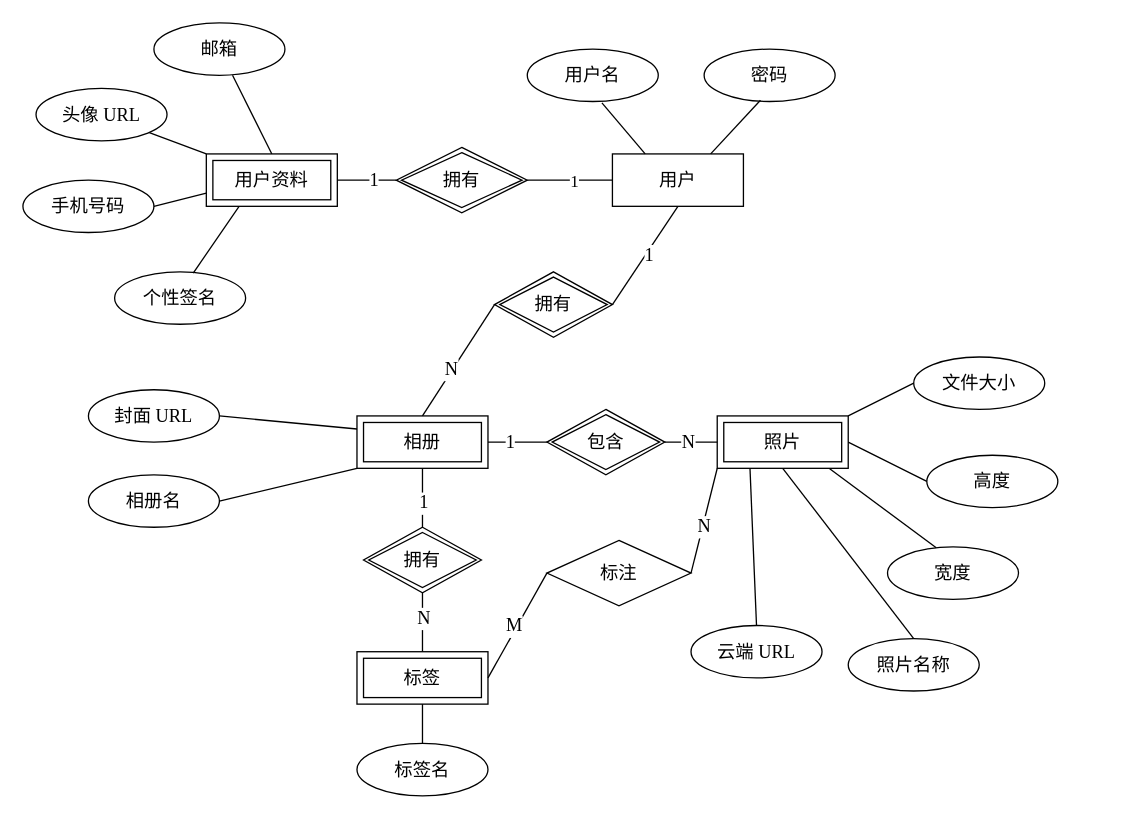
The draw.io diagram public/erd.drawio in 3fuyang/3fuyang.github.io, before the edit. Source tidied: cells renumbered, new cells numbered last; positions are measured from the earlier drawing's top-left corner, leaving out a move shared by most shapes. Both pictures are drawn from the tidied source at 131%, with x=0, y=0 at pixel (22, 22).
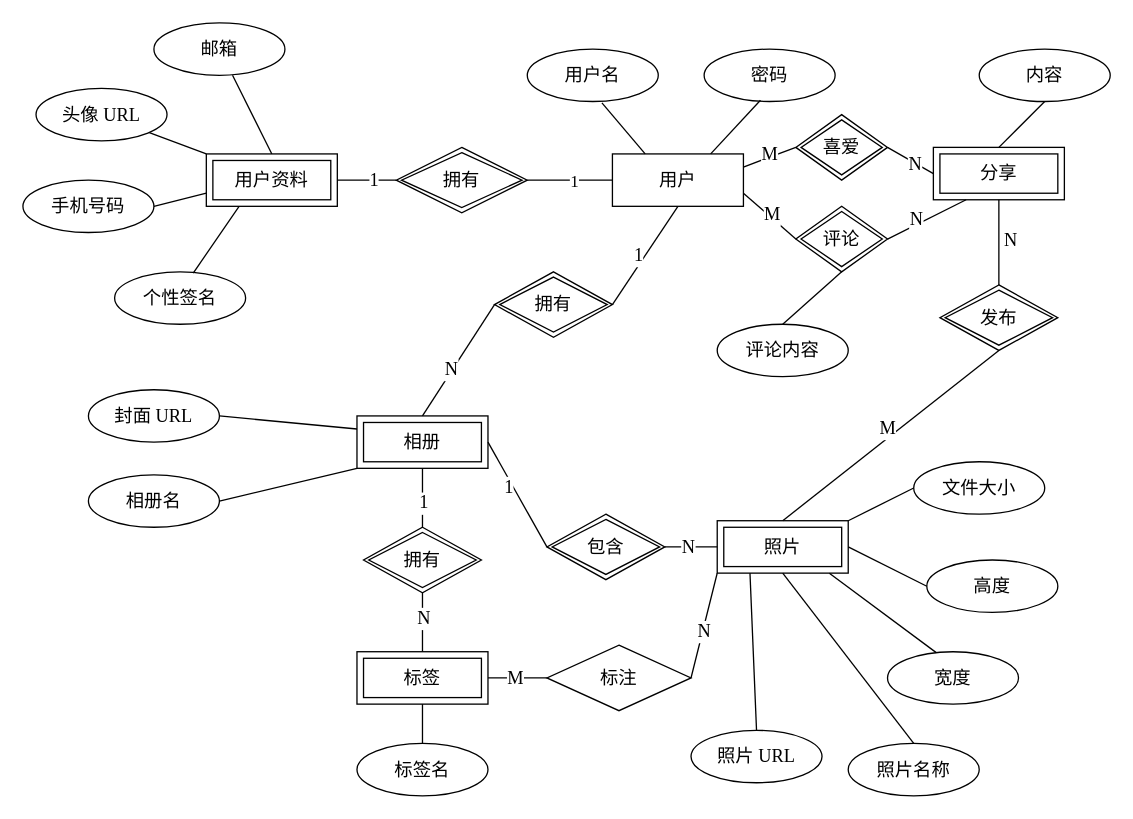
The same diagram, later.

The change refers to these unchanged cells:
```xml
<mxCell id="2" value="&lt;font face=&quot;宋体&quot;&gt;&lt;span style=&quot;font-size: 14px;&quot;&gt;用户&lt;/span&gt;&lt;/font&gt;" style="whiteSpace=wrap;html=1;align=center;" parent="1" vertex="1">
  <mxGeometry x="450" y="100" width="100" height="40" as="geometry" />
</mxCell>
<mxCell id="29" style="endArrow=none;html=1;rounded=0;entryX=0.5;entryY=1;entryDx=0;entryDy=0;exitX=1;exitY=0.5;exitDx=0;exitDy=0;" parent="1" edge="1" source="28" target="2">
  <mxGeometry relative="1" as="geometry" />
</mxCell>
<mxCell id="43" style="endArrow=none;html=1;rounded=0;entryX=0;entryY=0.5;entryDx=0;entryDy=0;exitX=1;exitY=0.5;exitDx=0;exitDy=0;" parent="1" edge="1" source="23" target="42">
  <mxGeometry relative="1" as="geometry" />
</mxCell>
<mxCell id="60" style="endArrow=none;html=1;rounded=0;exitX=0;exitY=0.5;exitDx=0;exitDy=0;entryX=1;entryY=0.5;entryDx=0;entryDy=0;" parent="1" edge="1" source="57" target="49">
  <mxGeometry relative="1" as="geometry" />
</mxCell>
```

The edit, as a diff of the source:
```diff
@@
-    <mxCell id="3" value="&lt;font face=&quot;宋体&quot; style=&quot;font-size: 14px;&quot;&gt;用户&lt;/font&gt;&lt;font face=&quot;Times New Roman&quot; style=&quot;font-size: 14px;&quot;&gt;名&lt;/font&gt;" style="ellipse;whiteSpace=wrap;html=1;align=center;" parent="1" vertex="1">
+    <mxCell id="3" value="&lt;font face=&quot;宋体&quot;&gt;&lt;font style=&quot;font-size: 14px;&quot;&gt;用户&lt;/font&gt;&lt;font style=&quot;font-size: 14px;&quot;&gt;名&lt;/font&gt;&lt;/font&gt;" style="ellipse;whiteSpace=wrap;html=1;align=center;" parent="1" vertex="1">
       <mxGeometry x="385" y="20" width="100" height="40" as="geometry" />
     </mxCell>
@@
     <mxCell id="30" value="&lt;font face=&quot;Times New Roman&quot; style=&quot;font-size: 14px;&quot;&gt;1&lt;/font&gt;" style="edgeLabel;html=1;align=center;verticalAlign=middle;" parent="29" vertex="1">
-      <mxGeometry x="0.04" y="-2" relative="1" as="geometry" />
+      <mxGeometry x="0.04" y="-2" relative="1" as="geometry">
+        <mxPoint x="-8" as="offset" />
+      </mxGeometry>
     </mxCell>
@@
     <mxCell id="33" value="&lt;font face=&quot;宋体&quot;&gt;&lt;span style=&quot;font-size: 14px;&quot;&gt;照片&lt;/span&gt;&lt;/font&gt;" style="shape=ext;margin=3;double=1;whiteSpace=wrap;html=1;align=center;" parent="1" vertex="1">
-      <mxGeometry x="530" y="300" width="100" height="40" as="geometry" />
+      <mxGeometry x="530" y="380" width="100" height="40" as="geometry" />
     </mxCell>
-    <mxCell id="34" value="&lt;span style=&quot;font-size: 14px;&quot;&gt;&lt;font face=&quot;宋体&quot;&gt;云端&lt;/font&gt;&lt;font face=&quot;Times New Roman&quot;&gt; URL&lt;/font&gt;&lt;/span&gt;" style="ellipse;whiteSpace=wrap;html=1;align=center;" parent="1" vertex="1">
-      <mxGeometry x="510" y="460" width="100" height="40" as="geometry" />
+    <mxCell id="34" value="&lt;span style=&quot;font-size: 14px;&quot;&gt;&lt;font face=&quot;宋体&quot;&gt;照片&lt;/font&gt;&lt;font face=&quot;Times New Roman&quot;&gt; URL&lt;/font&gt;&lt;/span&gt;" style="ellipse;whiteSpace=wrap;html=1;align=center;" parent="1" vertex="1">
+      <mxGeometry x="510" y="540" width="100" height="40" as="geometry" />
     </mxCell>
     <mxCell id="35" value="&lt;font face=&quot;宋体&quot;&gt;&lt;span style=&quot;font-size: 14px;&quot;&gt;宽度&lt;/span&gt;&lt;/font&gt;" style="ellipse;whiteSpace=wrap;html=1;align=center;" parent="1" vertex="1">
-      <mxGeometry x="660" y="400" width="100" height="40" as="geometry" />
+      <mxGeometry x="660" y="480" width="100" height="40" as="geometry" />
     </mxCell>
     <mxCell id="36" value="&lt;font face=&quot;宋体&quot;&gt;&lt;span style=&quot;font-size: 14px;&quot;&gt;高度&lt;/span&gt;&lt;/font&gt;" style="ellipse;whiteSpace=wrap;html=1;align=center;" parent="1" vertex="1">
-      <mxGeometry x="690" y="330" width="100" height="40" as="geometry" />
+      <mxGeometry x="690" y="410" width="100" height="40" as="geometry" />
     </mxCell>
@@
     <mxCell id="40" value="&lt;font face=&quot;宋体&quot;&gt;&lt;span style=&quot;font-size: 14px;&quot;&gt;文件大小&lt;/span&gt;&lt;/font&gt;" style="ellipse;whiteSpace=wrap;html=1;align=center;" parent="1" vertex="1">
-      <mxGeometry x="680" y="255" width="100" height="40" as="geometry" />
+      <mxGeometry x="680" y="335" width="100" height="40" as="geometry" />
     </mxCell>
@@
     <mxCell id="42" value="&lt;font face=&quot;宋体&quot; style=&quot;font-size: 14px;&quot;&gt;包含&lt;/font&gt;" style="shape=rhombus;double=1;perimeter=rhombusPerimeter;whiteSpace=wrap;html=1;align=center;" parent="1" vertex="1">
-      <mxGeometry x="400" y="295" width="90" height="50" as="geometry" />
+      <mxGeometry x="400" y="375" width="90" height="50" as="geometry" />
     </mxCell>
@@
     <mxCell id="44" value="&lt;font face=&quot;Times New Roman&quot; style=&quot;font-size: 14px;&quot;&gt;1&lt;/font&gt;" style="edgeLabel;html=1;align=center;verticalAlign=middle;" parent="43" vertex="1">
       <mxGeometry x="-0.43" relative="1" as="geometry">
-        <mxPoint x="3" as="offset" />
+        <mxPoint x="3" y="12" as="offset" />
       </mxGeometry>
     </mxCell>
@@
     <mxCell id="47" value="&lt;font face=&quot;宋体&quot;&gt;&lt;span style=&quot;font-size: 14px;&quot;&gt;照片名称&lt;/span&gt;&lt;/font&gt;" style="ellipse;whiteSpace=wrap;html=1;align=center;" parent="1" vertex="1">
-      <mxGeometry x="630" y="470" width="100" height="40" as="geometry" />
+      <mxGeometry x="630" y="550" width="100" height="40" as="geometry" />
     </mxCell>
@@
     <mxCell id="57" value="&lt;font face=&quot;宋体&quot;&gt;&lt;span style=&quot;font-size: 14px;&quot;&gt;标注&lt;/span&gt;&lt;/font&gt;" style="shape=rhombus;perimeter=rhombusPerimeter;whiteSpace=wrap;html=1;align=center;" parent="1" vertex="1">
-      <mxGeometry x="400" y="395" width="110" height="50" as="geometry" />
+      <mxGeometry x="400" y="475" width="110" height="50" as="geometry" />
     </mxCell>
@@
     <mxCell id="61" value="&lt;font face=&quot;Times New Roman&quot; style=&quot;font-size: 14px;&quot;&gt;M&lt;/font&gt;" style="edgeLabel;html=1;align=center;verticalAlign=middle;" parent="60" vertex="1">
       <mxGeometry x="0.17" relative="1" as="geometry">
-        <mxPoint x="1" y="-7" as="offset" />
+        <mxPoint x="1" as="offset" />
       </mxGeometry>
     </mxCell>
@@
+    <mxCell id="63" value="&lt;font face=&quot;宋体&quot;&gt;&lt;span style=&quot;font-size: 14px;&quot;&gt;分享&lt;/span&gt;&lt;/font&gt;" style="shape=ext;margin=3;double=1;whiteSpace=wrap;html=1;align=center;" parent="1" vertex="1">
+      <mxGeometry x="695" y="95" width="100" height="40" as="geometry" />
+    </mxCell>
+    <mxCell id="64" value="&lt;font face=&quot;宋体&quot; style=&quot;font-size: 14px;&quot;&gt;发布&lt;/font&gt;" style="shape=rhombus;double=1;perimeter=rhombusPerimeter;whiteSpace=wrap;html=1;align=center;" parent="1" vertex="1">
+      <mxGeometry x="700" y="200" width="90" height="50" as="geometry" />
+    </mxCell>
+    <mxCell id="65" style="endArrow=none;html=1;rounded=0;entryX=0.5;entryY=0;entryDx=0;entryDy=0;exitX=0.5;exitY=1;exitDx=0;exitDy=0;" parent="1" edge="1" source="64" target="33">
+      <mxGeometry relative="1" as="geometry" />
+    </mxCell>
+    <mxCell id="66" value="&lt;font face=&quot;Times New Roman&quot; style=&quot;font-size: 14px;&quot;&gt;M&lt;/font&gt;" style="edgeLabel;html=1;align=center;verticalAlign=middle;" parent="65" vertex="1">
+      <mxGeometry x="0.18" y="-1" relative="1" as="geometry">
+        <mxPoint x="13" y="-16" as="offset" />
+      </mxGeometry>
+    </mxCell>
+    <mxCell id="67" style="endArrow=none;html=1;rounded=0;entryX=0.5;entryY=0;entryDx=0;entryDy=0;exitX=0.5;exitY=1;exitDx=0;exitDy=0;" parent="1" edge="1" source="63" target="64">
+      <mxGeometry relative="1" as="geometry" />
+    </mxCell>
+    <mxCell id="68" value="&lt;font face=&quot;Times New Roman&quot; style=&quot;font-size: 14px;&quot;&gt;N&lt;/font&gt;" style="edgeLabel;html=1;align=center;verticalAlign=middle;" parent="67" vertex="1">
+      <mxGeometry x="0.18" y="-1" relative="1" as="geometry">
+        <mxPoint x="9" y="-7" as="offset" />
+      </mxGeometry>
+    </mxCell>
+    <mxCell id="69" value="&lt;font face=&quot;宋体&quot;&gt;&lt;span style=&quot;font-size: 14px;&quot;&gt;内容&lt;/span&gt;&lt;/font&gt;" style="ellipse;whiteSpace=wrap;html=1;align=center;" parent="1" vertex="1">
+      <mxGeometry x="730" y="20" width="100" height="40" as="geometry" />
+    </mxCell>
+    <mxCell id="70" style="endArrow=none;html=1;rounded=0;exitX=0.5;exitY=0;exitDx=0;exitDy=0;entryX=0.5;entryY=1;entryDx=0;entryDy=0;" parent="1" edge="1" source="63" target="69">
+      <mxGeometry relative="1" as="geometry" />
+    </mxCell>
+    <mxCell id="71" style="endArrow=none;html=1;rounded=0;entryX=0;entryY=0.5;entryDx=0;entryDy=0;exitX=1;exitY=0.25;exitDx=0;exitDy=0;" parent="1" edge="1" source="2" target="75">
+      <mxGeometry relative="1" as="geometry" />
+    </mxCell>
+    <mxCell id="72" value="&lt;font face=&quot;Times New Roman&quot;&gt;&lt;span style=&quot;font-size: 14px;&quot;&gt;M&lt;/span&gt;&lt;/font&gt;" style="edgeLabel;html=1;align=center;verticalAlign=middle;" parent="71" vertex="1">
+      <mxGeometry x="0.02" y="2" relative="1" as="geometry" />
+    </mxCell>
+    <mxCell id="73" style="endArrow=none;html=1;rounded=0;entryX=0;entryY=0.5;entryDx=0;entryDy=0;exitX=1;exitY=0.5;exitDx=0;exitDy=0;" parent="1" edge="1" source="75" target="63">
+      <mxGeometry relative="1" as="geometry" />
+    </mxCell>
+    <mxCell id="74" value="&lt;font face=&quot;Times New Roman&quot; style=&quot;font-size: 14px;&quot;&gt;N&lt;/font&gt;" style="edgeLabel;html=1;align=center;verticalAlign=middle;" parent="73" vertex="1">
+      <mxGeometry x="0.25" y="-1" relative="1" as="geometry">
+        <mxPoint x="-1" as="offset" />
+      </mxGeometry>
+    </mxCell>
+    <mxCell id="75" value="&lt;font face=&quot;宋体&quot;&gt;&lt;span style=&quot;font-size: 14px;&quot;&gt;喜爱&lt;/span&gt;&lt;/font&gt;" style="shape=rhombus;double=1;perimeter=rhombusPerimeter;whiteSpace=wrap;html=1;align=center;" parent="1" vertex="1">
+      <mxGeometry x="590" y="70" width="70" height="50" as="geometry" />
+    </mxCell>
+    <mxCell id="76" value="&lt;font face=&quot;宋体&quot;&gt;&lt;span style=&quot;font-size: 14px;&quot;&gt;评论&lt;/span&gt;&lt;/font&gt;" style="shape=rhombus;double=1;perimeter=rhombusPerimeter;whiteSpace=wrap;html=1;align=center;" parent="1" vertex="1">
+      <mxGeometry x="590" y="140" width="70" height="50" as="geometry" />
+    </mxCell>
+    <mxCell id="77" style="endArrow=none;html=1;rounded=0;exitX=1;exitY=0.5;exitDx=0;exitDy=0;entryX=0.25;entryY=1;entryDx=0;entryDy=0;" parent="1" edge="1" source="76" target="63">
+      <mxGeometry relative="1" as="geometry" />
+    </mxCell>
+    <mxCell id="78" value="&lt;font face=&quot;Times New Roman&quot; style=&quot;font-size: 14px;&quot;&gt;N&lt;/font&gt;" style="edgeLabel;html=1;align=center;verticalAlign=middle;" parent="77" vertex="1">
+      <mxGeometry x="0.25" y="-1" relative="1" as="geometry">
+        <mxPoint x="-17" y="3" as="offset" />
+      </mxGeometry>
+    </mxCell>
+    <mxCell id="79" style="endArrow=none;html=1;rounded=0;entryX=0;entryY=0.5;entryDx=0;entryDy=0;exitX=1;exitY=0.75;exitDx=0;exitDy=0;" parent="1" edge="1" source="2" target="76">
+      <mxGeometry relative="1" as="geometry" />
+    </mxCell>
+    <mxCell id="80" value="&lt;font face=&quot;Times New Roman&quot;&gt;&lt;span style=&quot;font-size: 14px;&quot;&gt;M&lt;/span&gt;&lt;/font&gt;" style="edgeLabel;html=1;align=center;verticalAlign=middle;" parent="79" vertex="1">
+      <mxGeometry x="0.02" y="2" relative="1" as="geometry" />
+    </mxCell>
+    <mxCell id="81" value="&lt;font face=&quot;宋体&quot;&gt;&lt;span style=&quot;font-size: 14px;&quot;&gt;评论内容&lt;/span&gt;&lt;/font&gt;" style="ellipse;whiteSpace=wrap;html=1;align=center;" parent="1" vertex="1">
+      <mxGeometry x="530" y="230" width="100" height="40" as="geometry" />
+    </mxCell>
+    <mxCell id="82" style="endArrow=none;html=1;rounded=0;exitX=0.5;exitY=1;exitDx=0;exitDy=0;entryX=0.5;entryY=0;entryDx=0;entryDy=0;" parent="1" edge="1" source="76" target="81">
+      <mxGeometry relative="1" as="geometry" />
+    </mxCell>
```
